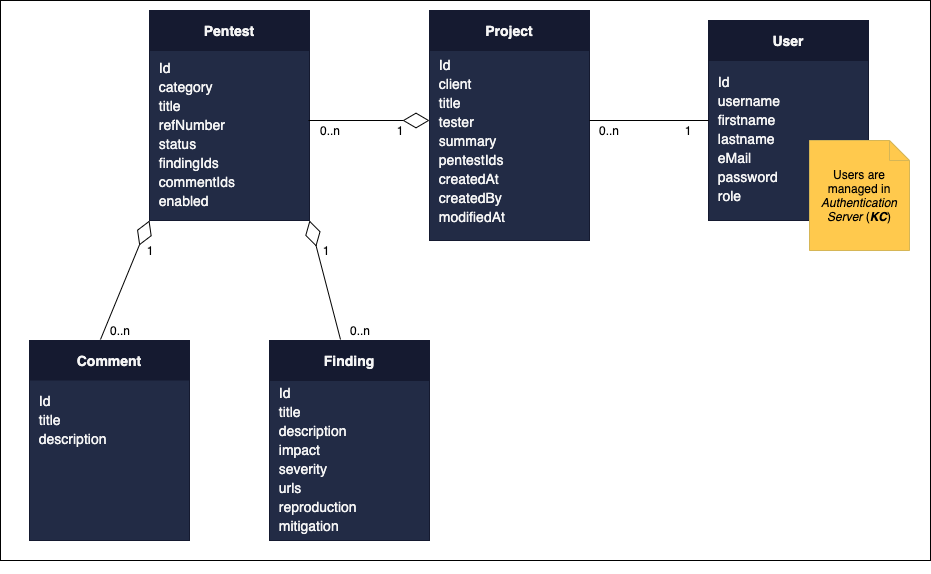
Before: wiki/C4PO-Datastructure.png, a diagram exported from draw.io (marcel-haag/security-c4po). Source tidied: cells renumbered, new cells last; positions are measured from the earlier drawing's top-left corner, leaving out a move shared by most shapes.
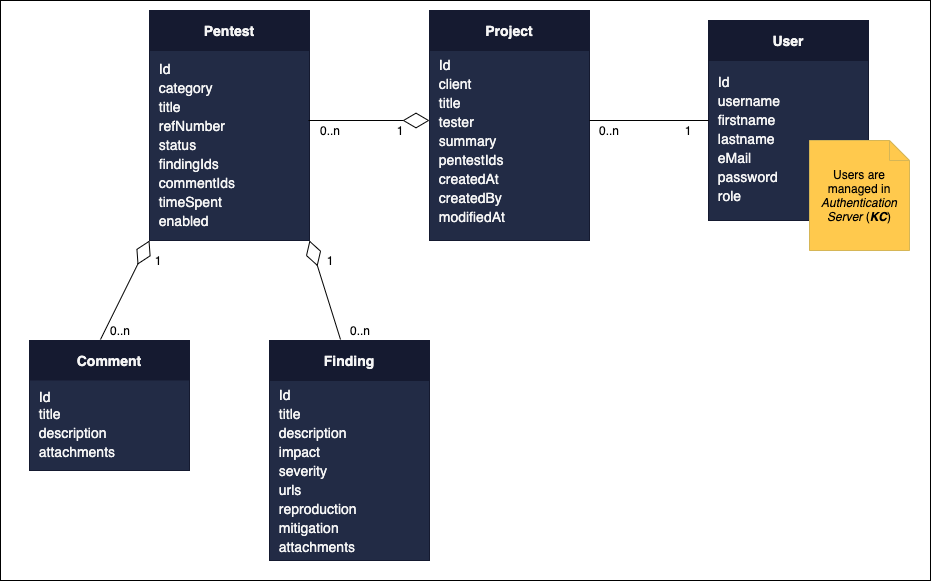
Above is the later version.

What changed in the source:
```diff
@@ -3,7 +3,7 @@
     <mxCell id="0" />
     <mxCell id="1" parent="0" />
     <mxCell id="2" style="rounded=0;whiteSpace=wrap;html=1;" parent="1" vertex="1">
-      <mxGeometry width="930" height="560" as="geometry" />
+      <mxGeometry width="930" height="580" as="geometry" />
     </mxCell>
     <mxCell id="3" value="&lt;div&gt;&lt;span style=&quot;font-size: 14px&quot;&gt;&lt;font color=&quot;#f5f5f5&quot;&gt;&lt;br&gt;&lt;/font&gt;&lt;/span&gt;&lt;/div&gt;&lt;div&gt;&lt;span style=&quot;font-size: 14px&quot;&gt;&lt;font color=&quot;#f5f5f5&quot;&gt;&lt;br&gt;&lt;/font&gt;&lt;/span&gt;&lt;/div&gt;&lt;font style=&quot;font-size: 14px ; line-height: 140%&quot; color=&quot;#f5f5f5&quot;&gt;&lt;div&gt;&lt;span&gt;&amp;nbsp; Id&lt;/span&gt;&lt;/div&gt;&lt;div&gt;&lt;span&gt;&amp;nbsp; client&lt;/span&gt;&lt;/div&gt;&lt;div&gt;&lt;span&gt;&amp;nbsp; title&lt;/span&gt;&lt;/div&gt;&lt;div&gt;&lt;span&gt;&amp;nbsp; tester&lt;/span&gt;&lt;/div&gt;&lt;div&gt;&lt;span&gt;&amp;nbsp; summary&amp;nbsp;&lt;/span&gt;&lt;/div&gt;&lt;div&gt;&lt;span&gt;&amp;nbsp; pentestIds&lt;/span&gt;&lt;/div&gt;&lt;div&gt;&lt;span&gt;&amp;nbsp; createdAt&lt;/span&gt;&lt;/div&gt;&lt;div&gt;&lt;span&gt;&amp;nbsp; createdBy&lt;/span&gt;&lt;/div&gt;&lt;div&gt;&lt;span&gt;&amp;nbsp; modifiedAt&lt;/span&gt;&lt;/div&gt;&lt;/font&gt;" style="rounded=0;whiteSpace=wrap;html=1;align=left;strokeColor=#151A30;fillColor=#222B45;" parent="1" vertex="1">
       <mxGeometry x="429" y="10" width="160" height="230" as="geometry" />
@@ -25,14 +25,14 @@
     <mxCell id="8" value="1" style="text;html=1;strokeColor=none;fillColor=none;align=center;verticalAlign=middle;whiteSpace=wrap;rounded=0;" parent="1" vertex="1">
       <mxGeometry x="668" y="120" width="40" height="20" as="geometry" />
     </mxCell>
-    <mxCell id="9" value="&lt;div&gt;&lt;span style=&quot;font-size: 14px&quot;&gt;&lt;font color=&quot;#f5f5f5&quot;&gt;&lt;br&gt;&lt;/font&gt;&lt;/span&gt;&lt;/div&gt;&lt;font style=&quot;font-size: 14px ; line-height: 140%&quot;&gt;&lt;div&gt;&lt;span&gt;&lt;font color=&quot;#f5f5f5&quot;&gt;&amp;nbsp; Id&lt;/font&gt;&lt;/span&gt;&lt;/div&gt;&lt;div&gt;&lt;span&gt;&lt;font color=&quot;#f5f5f5&quot;&gt;&amp;nbsp; title&lt;br&gt;&lt;/font&gt;&lt;/span&gt;&lt;/div&gt;&lt;div&gt;&lt;span&gt;&lt;font color=&quot;#f5f5f5&quot;&gt;&amp;nbsp; description&lt;/font&gt;&lt;/span&gt;&lt;/div&gt;&lt;div&gt;&lt;span&gt;&lt;font color=&quot;#f5f5f5&quot;&gt;&lt;br&gt;&lt;/font&gt;&lt;/span&gt;&lt;/div&gt;&lt;div&gt;&lt;span&gt;&lt;font color=&quot;#f5f5f5&quot;&gt;&lt;br&gt;&lt;/font&gt;&lt;/span&gt;&lt;/div&gt;&lt;div&gt;&lt;span&gt;&lt;br&gt;&lt;/span&gt;&lt;/div&gt;&lt;/font&gt;" style="rounded=0;whiteSpace=wrap;html=1;align=left;strokeColor=#151A30;fillColor=#222B45;" parent="1" vertex="1">
-      <mxGeometry x="29" y="340" width="160" height="200" as="geometry" />
+    <mxCell id="9" value="&lt;div&gt;&lt;span style=&quot;color: rgb(245 , 245 , 245) ; font-size: 14px&quot;&gt;&amp;nbsp;&amp;nbsp;&lt;/span&gt;&lt;/div&gt;&lt;div&gt;&lt;span style=&quot;color: rgb(245 , 245 , 245) ; font-size: 14px&quot;&gt;&lt;br&gt;&lt;/span&gt;&lt;/div&gt;&lt;div&gt;&lt;span style=&quot;color: rgb(245 , 245 , 245) ; font-size: 14px&quot;&gt;&lt;br&gt;&lt;/span&gt;&lt;/div&gt;&lt;div&gt;&lt;span style=&quot;color: rgb(245 , 245 , 245) ; font-size: 14px&quot;&gt;&lt;br&gt;&lt;/span&gt;&lt;/div&gt;&lt;div&gt;&lt;span style=&quot;color: rgb(245 , 245 , 245) ; font-size: 14px&quot;&gt;&lt;br&gt;&lt;/span&gt;&lt;/div&gt;&lt;div&gt;&lt;span style=&quot;color: rgb(245 , 245 , 245) ; font-size: 14px&quot;&gt;&lt;br&gt;&lt;/span&gt;&lt;/div&gt;&lt;div&gt;&lt;span style=&quot;color: rgb(245 , 245 , 245) ; font-size: 14px&quot;&gt;&amp;nbsp; Id&lt;/span&gt;&lt;br&gt;&lt;/div&gt;&lt;font style=&quot;font-size: 14px ; line-height: 140%&quot;&gt;&lt;div&gt;&lt;span&gt;&lt;font color=&quot;#f5f5f5&quot;&gt;&amp;nbsp; title&lt;br&gt;&lt;/font&gt;&lt;/span&gt;&lt;/div&gt;&lt;div&gt;&lt;span&gt;&lt;font color=&quot;#f5f5f5&quot;&gt;&amp;nbsp; description&lt;/font&gt;&lt;/span&gt;&lt;/div&gt;&lt;div&gt;&lt;span&gt;&lt;font color=&quot;#f5f5f5&quot;&gt;&amp;nbsp; attachments&lt;/font&gt;&lt;/span&gt;&lt;/div&gt;&lt;div&gt;&lt;br&gt;&lt;/div&gt;&lt;div&gt;&lt;br&gt;&lt;/div&gt;&lt;div&gt;&lt;br&gt;&lt;/div&gt;&lt;/font&gt;" style="rounded=0;whiteSpace=wrap;html=1;align=left;strokeColor=#151A30;fillColor=#222B45;" parent="1" vertex="1">
+      <mxGeometry x="29" y="340" width="160" height="130" as="geometry" />
     </mxCell>
     <mxCell id="10" value="&lt;b&gt;&lt;font style=&quot;font-size: 14px&quot; color=&quot;#f5f5f5&quot;&gt;Comment&lt;/font&gt;&lt;/b&gt;" style="rounded=0;whiteSpace=wrap;html=1;strokeColor=none;fillColor=#151A30;" parent="1" vertex="1">
       <mxGeometry x="29" y="340" width="160" height="40" as="geometry" />
     </mxCell>
-    <mxCell id="11" value="&lt;div&gt;&lt;span style=&quot;font-size: 14px&quot;&gt;&lt;font color=&quot;#f5f5f5&quot;&gt;&lt;br&gt;&lt;/font&gt;&lt;/span&gt;&lt;/div&gt;&lt;div&gt;&lt;span style=&quot;font-size: 14px&quot;&gt;&lt;font color=&quot;#f5f5f5&quot;&gt;&lt;br&gt;&lt;/font&gt;&lt;/span&gt;&lt;/div&gt;&lt;div&gt;&lt;span style=&quot;font-size: 14px&quot;&gt;&lt;font color=&quot;#f5f5f5&quot;&gt;&lt;br&gt;&lt;/font&gt;&lt;/span&gt;&lt;/div&gt;&lt;font style=&quot;font-size: 14px ; line-height: 140%&quot; color=&quot;#f5f5f5&quot;&gt;&lt;div&gt;&lt;span&gt;&amp;nbsp; Id&lt;/span&gt;&lt;/div&gt;&lt;div&gt;&lt;span&gt;&amp;nbsp; category&amp;nbsp;&lt;/span&gt;&lt;/div&gt;&lt;div&gt;&amp;nbsp; title&lt;/div&gt;&lt;div&gt;&lt;span&gt;&amp;nbsp; refNumber&lt;/span&gt;&lt;/div&gt;&lt;div&gt;&lt;span&gt;&amp;nbsp; status&lt;/span&gt;&lt;/div&gt;&lt;div&gt;&lt;span&gt;&amp;nbsp; findingIds&lt;/span&gt;&lt;/div&gt;&lt;div&gt;&amp;nbsp; commentIds&lt;/div&gt;&lt;div&gt;&amp;nbsp; enabled&lt;/div&gt;&lt;div&gt;&amp;nbsp;&amp;nbsp;&lt;/div&gt;&lt;/font&gt;" style="rounded=0;whiteSpace=wrap;html=1;align=left;strokeColor=#151A30;fillColor=#222B45;" parent="1" vertex="1">
-      <mxGeometry x="149" y="20" width="160" height="200" as="geometry" />
+    <mxCell id="11" value="&lt;div&gt;&lt;span style=&quot;font-size: 14px&quot;&gt;&lt;font color=&quot;#f5f5f5&quot;&gt;&lt;br&gt;&lt;/font&gt;&lt;/span&gt;&lt;/div&gt;&lt;div&gt;&lt;span style=&quot;font-size: 14px&quot;&gt;&lt;font color=&quot;#f5f5f5&quot;&gt;&lt;br&gt;&lt;/font&gt;&lt;/span&gt;&lt;/div&gt;&lt;div&gt;&lt;span style=&quot;font-size: 14px&quot;&gt;&lt;font color=&quot;#f5f5f5&quot;&gt;&lt;br&gt;&lt;/font&gt;&lt;/span&gt;&lt;/div&gt;&lt;font style=&quot;font-size: 14px ; line-height: 140%&quot; color=&quot;#f5f5f5&quot;&gt;&lt;div&gt;&lt;span&gt;&amp;nbsp; Id&lt;/span&gt;&lt;/div&gt;&lt;div&gt;&lt;span&gt;&amp;nbsp; category&amp;nbsp;&lt;/span&gt;&lt;/div&gt;&lt;div&gt;&amp;nbsp; title&lt;/div&gt;&lt;div&gt;&lt;span&gt;&amp;nbsp; refNumber&lt;/span&gt;&lt;/div&gt;&lt;div&gt;&lt;span&gt;&amp;nbsp; status&lt;/span&gt;&lt;/div&gt;&lt;div&gt;&lt;span&gt;&amp;nbsp; findingIds&lt;/span&gt;&lt;/div&gt;&lt;div&gt;&amp;nbsp; commentIds&lt;/div&gt;&lt;div&gt;&amp;nbsp; timeSpent&lt;/div&gt;&lt;div&gt;&amp;nbsp; enabled&lt;/div&gt;&lt;div&gt;&amp;nbsp;&amp;nbsp;&lt;/div&gt;&lt;/font&gt;" style="rounded=0;whiteSpace=wrap;html=1;align=left;strokeColor=#151A30;fillColor=#222B45;" parent="1" vertex="1">
+      <mxGeometry x="149" y="20" width="160" height="220" as="geometry" />
     </mxCell>
     <mxCell id="12" value="&lt;b&gt;&lt;font style=&quot;font-size: 14px&quot; color=&quot;#f5f5f5&quot;&gt;Pentest&lt;/font&gt;&lt;/b&gt;" style="rounded=0;whiteSpace=wrap;html=1;fillColor=#151A30;strokeColor=#151A30;" parent="1" vertex="1">
       <mxGeometry x="149" y="10" width="160" height="40" as="geometry" />
@@ -40,8 +40,8 @@
     <mxCell id="13" value="Users are managed in &lt;i&gt;Authentication Server&lt;/i&gt; (&lt;b&gt;&lt;i&gt;KC&lt;/i&gt;&lt;/b&gt;)" style="shape=note;size=20;whiteSpace=wrap;html=1;strokeColor=#d6b656;fillColor=#ffc94d;" parent="1" vertex="1">
       <mxGeometry x="809" y="140" width="100" height="110" as="geometry" />
     </mxCell>
-    <mxCell id="14" value="&lt;div&gt;&lt;span style=&quot;font-size: 14px&quot;&gt;&lt;font color=&quot;#f5f5f5&quot;&gt;&lt;br&gt;&lt;/font&gt;&lt;/span&gt;&lt;/div&gt;&lt;div&gt;&lt;span style=&quot;font-size: 14px&quot;&gt;&lt;font color=&quot;#f5f5f5&quot;&gt;&lt;br&gt;&lt;/font&gt;&lt;/span&gt;&lt;/div&gt;&lt;div&gt;&lt;span style=&quot;font-size: 14px&quot;&gt;&lt;font color=&quot;#f5f5f5&quot;&gt;&lt;br&gt;&lt;/font&gt;&lt;/span&gt;&lt;/div&gt;&lt;div&gt;&lt;font color=&quot;#f5f5f5&quot;&gt;&lt;br&gt;&lt;/font&gt;&lt;/div&gt;&lt;div&gt;&lt;font color=&quot;#f5f5f5&quot;&gt;&lt;br&gt;&lt;/font&gt;&lt;/div&gt;&lt;font style=&quot;font-size: 14px ; line-height: 140%&quot; color=&quot;#f5f5f5&quot;&gt;&lt;div&gt;&lt;span&gt;&amp;nbsp; Id&lt;/span&gt;&lt;/div&gt;&lt;div&gt;&lt;span&gt;&amp;nbsp; title&lt;br&gt;&lt;/span&gt;&lt;/div&gt;&lt;div&gt;&amp;nbsp; description&lt;/div&gt;&lt;div&gt;&amp;nbsp; impact&lt;/div&gt;&lt;div&gt;&lt;span&gt;&amp;nbsp;&amp;nbsp;&lt;/span&gt;&lt;span&gt;severity&lt;/span&gt;&lt;/div&gt;&lt;div&gt;&lt;span&gt;&amp;nbsp; urls&lt;/span&gt;&lt;/div&gt;&amp;nbsp; reproduction&lt;br&gt;&amp;nbsp; mitigation&lt;br&gt;&lt;div&gt;&lt;span&gt;&amp;nbsp;&lt;/span&gt;&lt;/div&gt;&lt;div&gt;&lt;span&gt;&amp;nbsp;&amp;nbsp;&lt;/span&gt;&lt;/div&gt;&lt;/font&gt;" style="rounded=0;whiteSpace=wrap;html=1;align=left;strokeColor=#151A30;fillColor=#222B45;" parent="1" vertex="1">
-      <mxGeometry x="269" y="340" width="160" height="200" as="geometry" />
+    <mxCell id="14" value="&lt;div&gt;&lt;span style=&quot;font-size: 14px&quot;&gt;&lt;font color=&quot;#f5f5f5&quot;&gt;&lt;br&gt;&lt;/font&gt;&lt;/span&gt;&lt;/div&gt;&lt;div&gt;&lt;span style=&quot;font-size: 14px&quot;&gt;&lt;font color=&quot;#f5f5f5&quot;&gt;&lt;br&gt;&lt;/font&gt;&lt;/span&gt;&lt;/div&gt;&lt;div&gt;&lt;br&gt;&lt;/div&gt;&lt;div&gt;&lt;br&gt;&lt;/div&gt;&lt;font style=&quot;font-size: 14px ; line-height: 140%&quot; color=&quot;#f5f5f5&quot;&gt;&lt;div&gt;&lt;span&gt;&amp;nbsp; Id&lt;/span&gt;&lt;/div&gt;&lt;div&gt;&lt;span&gt;&amp;nbsp; title&lt;br&gt;&lt;/span&gt;&lt;/div&gt;&lt;div&gt;&amp;nbsp; description&lt;/div&gt;&lt;div&gt;&amp;nbsp; impact&lt;/div&gt;&lt;div&gt;&lt;span&gt;&amp;nbsp;&amp;nbsp;&lt;/span&gt;&lt;span&gt;severity&lt;/span&gt;&lt;/div&gt;&lt;div&gt;&lt;span&gt;&amp;nbsp; urls&lt;/span&gt;&lt;/div&gt;&amp;nbsp; reproduction&lt;br&gt;&amp;nbsp; mitigation&lt;br&gt;&amp;nbsp; attachments&lt;br&gt;&lt;div&gt;&lt;span&gt;&amp;nbsp;&amp;nbsp;&lt;/span&gt;&lt;/div&gt;&lt;/font&gt;" style="rounded=0;whiteSpace=wrap;html=1;align=left;strokeColor=#151A30;fillColor=#222B45;" parent="1" vertex="1">
+      <mxGeometry x="269" y="340" width="160" height="220" as="geometry" />
     </mxCell>
     <mxCell id="15" value="&lt;b&gt;&lt;font style=&quot;font-size: 14px&quot; color=&quot;#f5f5f5&quot;&gt;Finding&lt;/font&gt;&lt;/b&gt;" style="rounded=0;whiteSpace=wrap;html=1;fillColor=#151A30;strokeColor=#151A30;" parent="1" vertex="1">
       <mxGeometry x="269" y="340" width="160" height="40" as="geometry" />
@@ -67,7 +67,7 @@
       <mxGeometry x="340" y="320" width="40" height="20" as="geometry" />
     </mxCell>
     <mxCell id="21" value="1" style="text;html=1;strokeColor=none;fillColor=none;align=center;verticalAlign=middle;whiteSpace=wrap;rounded=0;" parent="1" vertex="1">
-      <mxGeometry x="306" y="240" width="40" height="20" as="geometry" />
+      <mxGeometry x="310" y="250" width="40" height="20" as="geometry" />
     </mxCell>
     <mxCell id="22" style="endArrow=diamondThin;endFill=0;endSize=24;html=1;entryX=1;entryY=1;entryDx=0;entryDy=0;" parent="1" edge="1" target="11">
       <mxGeometry relative="1" as="geometry">
@@ -75,7 +75,7 @@
       </mxGeometry>
     </mxCell>
     <mxCell id="23" value="1" style="text;html=1;strokeColor=none;fillColor=none;align=center;verticalAlign=middle;whiteSpace=wrap;rounded=0;" parent="1" vertex="1">
-      <mxGeometry x="130" y="240" width="40" height="20" as="geometry" />
+      <mxGeometry x="138" y="250" width="40" height="20" as="geometry" />
     </mxCell>
     <mxCell id="24" value="0..n" style="text;html=1;strokeColor=none;fillColor=none;align=center;verticalAlign=middle;whiteSpace=wrap;rounded=0;" parent="1" vertex="1">
       <mxGeometry x="100" y="320" width="40" height="20" as="geometry" />
@@ -83,5 +83,8 @@
     <mxCell id="25" value="0..n" style="text;html=1;strokeColor=none;fillColor=none;align=center;verticalAlign=middle;whiteSpace=wrap;rounded=0;" parent="1" vertex="1">
       <mxGeometry x="589" y="120" width="40" height="20" as="geometry" />
     </mxCell>
+    <mxCell id="26" style="edgeStyle=orthogonalEdgeStyle;rounded=0;orthogonalLoop=1;jettySize=auto;html=1;exitX=0.5;exitY=1;exitDx=0;exitDy=0;" parent="1" edge="1" source="9" target="9">
+      <mxGeometry relative="1" as="geometry" />
+    </mxCell>
   </root>
 </mxGraphModel>
```
